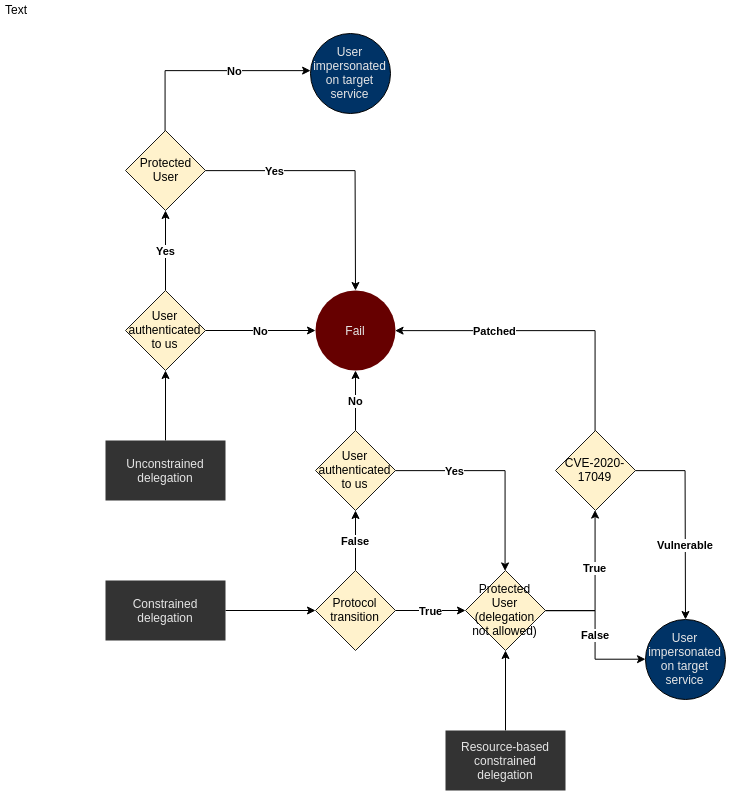
Above: .gitbook/assets/kerberos-delegation.png in The-Hacker-Recipes/The-Hacker-Recipes (draw.io), before the change. Source tidied: cells renumbered, new cells last; positions are measured from the earlier drawing's top-left corner, leaving out a move shared by most shapes. Source of this version:
```xml
<mxGraphModel>
  <root>
    <mxCell id="0" />
    <mxCell id="1" parent="0" />
    <mxCell id="2" style="rounded=0;whiteSpace=wrap;html=1;strokeColor=none;" parent="1" vertex="1">
      <mxGeometry x="91" y="25" width="644" height="778" as="geometry" />
    </mxCell>
    <mxCell id="3" style="edgeStyle=orthogonalEdgeStyle;rounded=0;jettySize=auto;html=1;" parent="1" edge="1" source="4" target="13">
      <mxGeometry relative="1" as="geometry" />
    </mxCell>
    <mxCell id="4" value="Constrained delegation" style="rounded=0;whiteSpace=wrap;html=1;fontColor=#E6E6E6;strokeColor=none;fillColor=#333333;" parent="1" vertex="1">
      <mxGeometry x="105" y="580" width="120" height="60" as="geometry" />
    </mxCell>
    <mxCell id="5" value="True" style="edgeStyle=orthogonalEdgeStyle;rounded=0;jettySize=auto;html=1;fontStyle=1;" parent="1" edge="1" source="7" target="10">
      <mxGeometry x="0.24" relative="1" as="geometry" />
    </mxCell>
    <mxCell id="6" value="False" style="edgeStyle=orthogonalEdgeStyle;rounded=0;jettySize=auto;html=1;fontStyle=1;" parent="1" edge="1" source="7" target="29">
      <mxGeometry relative="1" as="geometry" />
    </mxCell>
    <mxCell id="7" value="Protected&lt;br&gt;User (delegation not allowed)" style="rhombus;whiteSpace=wrap;html=1;fillColor=#fff2cc;strokeColor=#1A1A1A;" parent="1" vertex="1">
      <mxGeometry x="465" y="570" width="80" height="80" as="geometry" />
    </mxCell>
    <mxCell id="8" value="Vulnerable" style="edgeStyle=orthogonalEdgeStyle;rounded=0;jettySize=auto;html=1;fontStyle=1;" parent="1" edge="1" source="10" target="29">
      <mxGeometry x="0.26" relative="1" as="geometry" />
    </mxCell>
    <mxCell id="9" value="Patched" style="edgeStyle=orthogonalEdgeStyle;rounded=0;jettySize=auto;html=1;entryX=1;entryY=0.5;entryDx=0;entryDy=0;fontStyle=1;" parent="1" edge="1" source="10" target="21">
      <mxGeometry x="0.33" relative="1" as="geometry">
        <Array as="points">
          <mxPoint x="595" y="330" />
        </Array>
      </mxGeometry>
    </mxCell>
    <mxCell id="10" value="CVE-2020-17049" style="rhombus;whiteSpace=wrap;html=1;fillColor=#fff2cc;strokeColor=#1A1A1A;" parent="1" vertex="1">
      <mxGeometry x="555" y="430" width="80" height="80" as="geometry" />
    </mxCell>
    <mxCell id="11" value="False" style="edgeStyle=orthogonalEdgeStyle;rounded=0;jettySize=auto;html=1;fontStyle=1;" parent="1" edge="1" source="13" target="16">
      <mxGeometry relative="1" as="geometry" />
    </mxCell>
    <mxCell id="12" value="True" style="edgeStyle=orthogonalEdgeStyle;rounded=0;jettySize=auto;html=1;fontStyle=1;" parent="1" edge="1" source="13" target="7">
      <mxGeometry relative="1" as="geometry" />
    </mxCell>
    <mxCell id="13" value="Protocol&lt;br&gt;transition" style="rhombus;whiteSpace=wrap;html=1;fillColor=#fff2cc;strokeColor=#1A1A1A;" parent="1" vertex="1">
      <mxGeometry x="315" y="570" width="80" height="80" as="geometry" />
    </mxCell>
    <mxCell id="14" value="Yes" style="edgeStyle=orthogonalEdgeStyle;rounded=0;jettySize=auto;html=1;fontStyle=1;" parent="1" edge="1" source="16" target="7">
      <mxGeometry x="-0.43" relative="1" as="geometry" />
    </mxCell>
    <mxCell id="15" value="No" style="edgeStyle=orthogonalEdgeStyle;rounded=0;jettySize=auto;html=1;fontStyle=1;" parent="1" edge="1" source="16" target="21">
      <mxGeometry relative="1" as="geometry" />
    </mxCell>
    <mxCell id="16" value="User authenticated&lt;br&gt;to us" style="rhombus;whiteSpace=wrap;html=1;fillColor=#fff2cc;strokeColor=#1A1A1A;" parent="1" vertex="1">
      <mxGeometry x="315" y="430" width="80" height="80" as="geometry" />
    </mxCell>
    <mxCell id="17" style="edgeStyle=orthogonalEdgeStyle;rounded=0;jettySize=auto;html=1;" parent="1" edge="1" source="18" target="27">
      <mxGeometry relative="1" as="geometry" />
    </mxCell>
    <mxCell id="18" value="Unconstrained delegation" style="rounded=0;whiteSpace=wrap;html=1;fontColor=#E6E6E6;strokeColor=none;fillColor=#333333;" parent="1" vertex="1">
      <mxGeometry x="105" y="440" width="120" height="60" as="geometry" />
    </mxCell>
    <mxCell id="19" style="edgeStyle=orthogonalEdgeStyle;rounded=0;jettySize=auto;html=1;" parent="1" edge="1" source="20" target="7">
      <mxGeometry relative="1" as="geometry" />
    </mxCell>
    <mxCell id="20" value="Resource-based&lt;br&gt;constrained delegation" style="rounded=0;whiteSpace=wrap;html=1;fontColor=#E6E6E6;strokeColor=none;fillColor=#333333;" parent="1" vertex="1">
      <mxGeometry x="445" y="730" width="120" height="60" as="geometry" />
    </mxCell>
    <mxCell id="21" value="Fail" style="ellipse;whiteSpace=wrap;html=1;strokeColor=none;fillColor=#660000;fontColor=#E6E6E6;" parent="1" vertex="1">
      <mxGeometry x="315" y="290" width="80" height="80" as="geometry" />
    </mxCell>
    <mxCell id="22" value="Yes" style="edgeStyle=orthogonalEdgeStyle;rounded=0;jettySize=auto;html=1;fontStyle=1;" parent="1" edge="1" source="24" target="21">
      <mxGeometry x="-0.48" relative="1" as="geometry" />
    </mxCell>
    <mxCell id="23" value="No" style="edgeStyle=orthogonalEdgeStyle;rounded=0;jettySize=auto;html=1;fontStyle=1;" parent="1" edge="1" source="24" target="28">
      <mxGeometry x="0.27" relative="1" as="geometry">
        <Array as="points">
          <mxPoint x="165" y="70" />
        </Array>
      </mxGeometry>
    </mxCell>
    <mxCell id="24" value="Protected&lt;br&gt;User" style="rhombus;whiteSpace=wrap;html=1;fillColor=#fff2cc;strokeColor=#1A1A1A;" parent="1" vertex="1">
      <mxGeometry x="125" y="130" width="80" height="80" as="geometry" />
    </mxCell>
    <mxCell id="25" value="Yes" style="edgeStyle=orthogonalEdgeStyle;rounded=0;jettySize=auto;html=1;fontStyle=1;" parent="1" edge="1" source="27" target="24">
      <mxGeometry relative="1" as="geometry" />
    </mxCell>
    <mxCell id="26" value="No" style="edgeStyle=orthogonalEdgeStyle;rounded=0;jettySize=auto;html=1;fontStyle=1;" parent="1" edge="1" source="27" target="21">
      <mxGeometry relative="1" as="geometry" />
    </mxCell>
    <mxCell id="27" value="User authenticated&lt;br&gt;to us" style="rhombus;whiteSpace=wrap;html=1;fillColor=#fff2cc;strokeColor=#1A1A1A;" parent="1" vertex="1">
      <mxGeometry x="125" y="290" width="80" height="80" as="geometry" />
    </mxCell>
    <mxCell id="28" value="User impersonated on target service" style="ellipse;whiteSpace=wrap;html=1;fillColor=#003366;fontColor=#E6E6E6;" parent="1" vertex="1">
      <mxGeometry x="310" y="33" width="80" height="80" as="geometry" />
    </mxCell>
    <mxCell id="29" value="User impersonated on target service" style="ellipse;whiteSpace=wrap;html=1;fillColor=#003366;fontColor=#E6E6E6;" parent="1" vertex="1">
      <mxGeometry x="645" y="619" width="80" height="80" as="geometry" />
    </mxCell>
    <mxCell id="30" value="Text" style="text;html=1;align=center;verticalAlign=middle;" parent="1" vertex="1">
      <mxGeometry width="32" height="18" as="geometry" />
    </mxCell>
  </root>
</mxGraphModel>
```
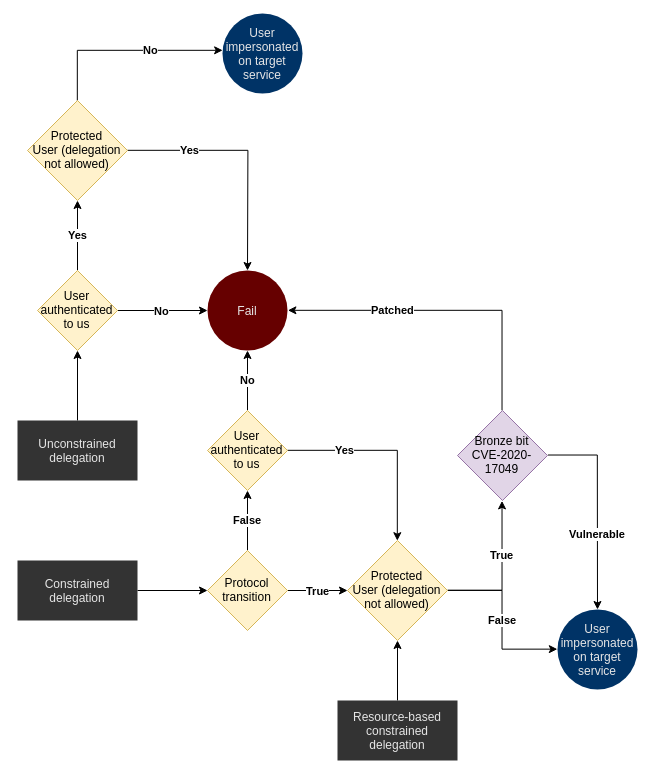
Above is the later version.

Commit message:
Updated the kerberos delegation image

Diff of the diagram source:
```diff
@@ -3,7 +3,7 @@
     <mxCell id="0" />
     <mxCell id="1" parent="0" />
     <mxCell id="2" style="rounded=0;whiteSpace=wrap;html=1;strokeColor=none;" parent="1" vertex="1">
-      <mxGeometry x="91" y="25" width="644" height="778" as="geometry" />
+      <mxGeometry x="88" y="20" width="644" height="778" as="geometry" />
     </mxCell>
     <mxCell id="3" style="edgeStyle=orthogonalEdgeStyle;rounded=0;jettySize=auto;html=1;" parent="1" edge="1" source="4" target="13">
       <mxGeometry relative="1" as="geometry" />
@@ -11,27 +11,27 @@
     <mxCell id="4" value="Constrained delegation" style="rounded=0;whiteSpace=wrap;html=1;fontColor=#E6E6E6;strokeColor=none;fillColor=#333333;" parent="1" vertex="1">
       <mxGeometry x="105" y="580" width="120" height="60" as="geometry" />
     </mxCell>
-    <mxCell id="5" value="True" style="edgeStyle=orthogonalEdgeStyle;rounded=0;jettySize=auto;html=1;fontStyle=1;" parent="1" edge="1" source="7" target="10">
+    <mxCell id="5" value="True" style="edgeStyle=orthogonalEdgeStyle;rounded=0;jettySize=auto;html=1;fontStyle=1;entryX=0.5;entryY=1;entryDx=0;entryDy=0;exitX=1;exitY=0.5;exitDx=0;exitDy=0;" parent="1" edge="1" source="7" target="10">
       <mxGeometry x="0.24" relative="1" as="geometry" />
     </mxCell>
-    <mxCell id="6" value="False" style="edgeStyle=orthogonalEdgeStyle;rounded=0;jettySize=auto;html=1;fontStyle=1;" parent="1" edge="1" source="7" target="29">
+    <mxCell id="6" value="False" style="edgeStyle=orthogonalEdgeStyle;rounded=0;jettySize=auto;html=1;entryX=0;entryY=0.5;entryDx=0;entryDy=0;fontStyle=1;" parent="1" edge="1" source="7" target="29">
       <mxGeometry relative="1" as="geometry" />
     </mxCell>
-    <mxCell id="7" value="Protected&lt;br&gt;User (delegation not allowed)" style="rhombus;whiteSpace=wrap;html=1;fillColor=#fff2cc;strokeColor=#1A1A1A;" parent="1" vertex="1">
-      <mxGeometry x="465" y="570" width="80" height="80" as="geometry" />
+    <mxCell id="7" value="Protected&lt;br&gt;User (delegation not allowed)" style="rhombus;whiteSpace=wrap;html=1;fillColor=#fff2cc;strokeColor=#d6b656;" parent="1" vertex="1">
+      <mxGeometry x="435" y="560" width="100" height="100" as="geometry" />
     </mxCell>
-    <mxCell id="8" value="Vulnerable" style="edgeStyle=orthogonalEdgeStyle;rounded=0;jettySize=auto;html=1;fontStyle=1;" parent="1" edge="1" source="10" target="29">
+    <mxCell id="8" value="Vulnerable" style="edgeStyle=orthogonalEdgeStyle;rounded=0;jettySize=auto;html=1;fontStyle=1;exitX=1;exitY=0.5;exitDx=0;exitDy=0;" parent="1" edge="1" source="10" target="29">
       <mxGeometry x="0.26" relative="1" as="geometry" />
     </mxCell>
-    <mxCell id="9" value="Patched" style="edgeStyle=orthogonalEdgeStyle;rounded=0;jettySize=auto;html=1;entryX=1;entryY=0.5;entryDx=0;entryDy=0;fontStyle=1;" parent="1" edge="1" source="10" target="21">
+    <mxCell id="9" value="Patched" style="edgeStyle=orthogonalEdgeStyle;rounded=0;jettySize=auto;html=1;entryX=1;entryY=0.5;entryDx=0;entryDy=0;fontStyle=1;exitX=0.5;exitY=0;exitDx=0;exitDy=0;" parent="1" edge="1" source="10" target="21">
       <mxGeometry x="0.33" relative="1" as="geometry">
         <Array as="points">
-          <mxPoint x="595" y="330" />
+          <mxPoint x="590" y="330" />
         </Array>
       </mxGeometry>
     </mxCell>
-    <mxCell id="10" value="CVE-2020-17049" style="rhombus;whiteSpace=wrap;html=1;fillColor=#fff2cc;strokeColor=#1A1A1A;" parent="1" vertex="1">
-      <mxGeometry x="555" y="430" width="80" height="80" as="geometry" />
+    <mxCell id="10" value="Bronze bit&lt;br&gt;CVE-2020-17049" style="rhombus;whiteSpace=wrap;html=1;fillColor=#e1d5e7;strokeColor=#9673a6;" parent="1" vertex="1">
+      <mxGeometry x="545" y="430" width="90" height="90" as="geometry" />
     </mxCell>
     <mxCell id="11" value="False" style="edgeStyle=orthogonalEdgeStyle;rounded=0;jettySize=auto;html=1;fontStyle=1;" parent="1" edge="1" source="13" target="16">
       <mxGeometry relative="1" as="geometry" />
@@ -39,8 +39,8 @@
     <mxCell id="12" value="True" style="edgeStyle=orthogonalEdgeStyle;rounded=0;jettySize=auto;html=1;fontStyle=1;" parent="1" edge="1" source="13" target="7">
       <mxGeometry relative="1" as="geometry" />
     </mxCell>
-    <mxCell id="13" value="Protocol&lt;br&gt;transition" style="rhombus;whiteSpace=wrap;html=1;fillColor=#fff2cc;strokeColor=#1A1A1A;" parent="1" vertex="1">
-      <mxGeometry x="315" y="570" width="80" height="80" as="geometry" />
+    <mxCell id="13" value="Protocol&lt;br&gt;transition" style="rhombus;whiteSpace=wrap;html=1;fillColor=#fff2cc;strokeColor=#d6b656;" parent="1" vertex="1">
+      <mxGeometry x="295" y="570" width="80" height="80" as="geometry" />
     </mxCell>
     <mxCell id="14" value="Yes" style="edgeStyle=orthogonalEdgeStyle;rounded=0;jettySize=auto;html=1;fontStyle=1;" parent="1" edge="1" source="16" target="7">
       <mxGeometry x="-0.43" relative="1" as="geometry" />
@@ -48,8 +48,8 @@
     <mxCell id="15" value="No" style="edgeStyle=orthogonalEdgeStyle;rounded=0;jettySize=auto;html=1;fontStyle=1;" parent="1" edge="1" source="16" target="21">
       <mxGeometry relative="1" as="geometry" />
     </mxCell>
-    <mxCell id="16" value="User authenticated&lt;br&gt;to us" style="rhombus;whiteSpace=wrap;html=1;fillColor=#fff2cc;strokeColor=#1A1A1A;" parent="1" vertex="1">
-      <mxGeometry x="315" y="430" width="80" height="80" as="geometry" />
+    <mxCell id="16" value="User authenticated&lt;br&gt;to us" style="rhombus;whiteSpace=wrap;html=1;fillColor=#fff2cc;strokeColor=#d6b656;" parent="1" vertex="1">
+      <mxGeometry x="295" y="430" width="80" height="80" as="geometry" />
     </mxCell>
     <mxCell id="17" style="edgeStyle=orthogonalEdgeStyle;rounded=0;jettySize=auto;html=1;" parent="1" edge="1" source="18" target="27">
       <mxGeometry relative="1" as="geometry" />
@@ -61,10 +61,10 @@
       <mxGeometry relative="1" as="geometry" />
     </mxCell>
     <mxCell id="20" value="Resource-based&lt;br&gt;constrained delegation" style="rounded=0;whiteSpace=wrap;html=1;fontColor=#E6E6E6;strokeColor=none;fillColor=#333333;" parent="1" vertex="1">
-      <mxGeometry x="445" y="730" width="120" height="60" as="geometry" />
+      <mxGeometry x="425" y="720" width="120" height="60" as="geometry" />
     </mxCell>
     <mxCell id="21" value="Fail" style="ellipse;whiteSpace=wrap;html=1;strokeColor=none;fillColor=#660000;fontColor=#E6E6E6;" parent="1" vertex="1">
-      <mxGeometry x="315" y="290" width="80" height="80" as="geometry" />
+      <mxGeometry x="295" y="290" width="80" height="80" as="geometry" />
     </mxCell>
     <mxCell id="22" value="Yes" style="edgeStyle=orthogonalEdgeStyle;rounded=0;jettySize=auto;html=1;fontStyle=1;" parent="1" edge="1" source="24" target="21">
       <mxGeometry x="-0.48" relative="1" as="geometry" />
@@ -76,8 +76,8 @@
         </Array>
       </mxGeometry>
     </mxCell>
-    <mxCell id="24" value="Protected&lt;br&gt;User" style="rhombus;whiteSpace=wrap;html=1;fillColor=#fff2cc;strokeColor=#1A1A1A;" parent="1" vertex="1">
-      <mxGeometry x="125" y="130" width="80" height="80" as="geometry" />
+    <mxCell id="24" value="Protected&lt;br&gt;User (delegation not allowed)" style="rhombus;whiteSpace=wrap;html=1;fillColor=#fff2cc;strokeColor=#d6b656;" parent="1" vertex="1">
+      <mxGeometry x="115" y="120" width="100" height="100" as="geometry" />
     </mxCell>
     <mxCell id="25" value="Yes" style="edgeStyle=orthogonalEdgeStyle;rounded=0;jettySize=auto;html=1;fontStyle=1;" parent="1" edge="1" source="27" target="24">
       <mxGeometry relative="1" as="geometry" />
@@ -85,17 +85,14 @@
     <mxCell id="26" value="No" style="edgeStyle=orthogonalEdgeStyle;rounded=0;jettySize=auto;html=1;fontStyle=1;" parent="1" edge="1" source="27" target="21">
       <mxGeometry relative="1" as="geometry" />
     </mxCell>
-    <mxCell id="27" value="User authenticated&lt;br&gt;to us" style="rhombus;whiteSpace=wrap;html=1;fillColor=#fff2cc;strokeColor=#1A1A1A;" parent="1" vertex="1">
+    <mxCell id="27" value="User authenticated&lt;br&gt;to us" style="rhombus;whiteSpace=wrap;html=1;fillColor=#fff2cc;strokeColor=#d6b656;" parent="1" vertex="1">
       <mxGeometry x="125" y="290" width="80" height="80" as="geometry" />
     </mxCell>
-    <mxCell id="28" value="User impersonated on target service" style="ellipse;whiteSpace=wrap;html=1;fillColor=#003366;fontColor=#E6E6E6;" parent="1" vertex="1">
+    <mxCell id="28" value="User impersonated on target service" style="ellipse;whiteSpace=wrap;html=1;fillColor=#003366;fontColor=#E6E6E6;strokeColor=none;" parent="1" vertex="1">
       <mxGeometry x="310" y="33" width="80" height="80" as="geometry" />
     </mxCell>
-    <mxCell id="29" value="User impersonated on target service" style="ellipse;whiteSpace=wrap;html=1;fillColor=#003366;fontColor=#E6E6E6;" parent="1" vertex="1">
-      <mxGeometry x="645" y="619" width="80" height="80" as="geometry" />
+    <mxCell id="29" value="User impersonated on target service" style="ellipse;whiteSpace=wrap;html=1;fillColor=#003366;fontColor=#E6E6E6;strokeColor=none;" parent="1" vertex="1">
+      <mxGeometry x="645" y="629" width="80" height="80" as="geometry" />
     </mxCell>
-    <mxCell id="30" value="Text" style="text;html=1;align=center;verticalAlign=middle;" parent="1" vertex="1">
-      <mxGeometry width="32" height="18" as="geometry" />
-    </mxCell>
   </root>
 </mxGraphModel>
```
